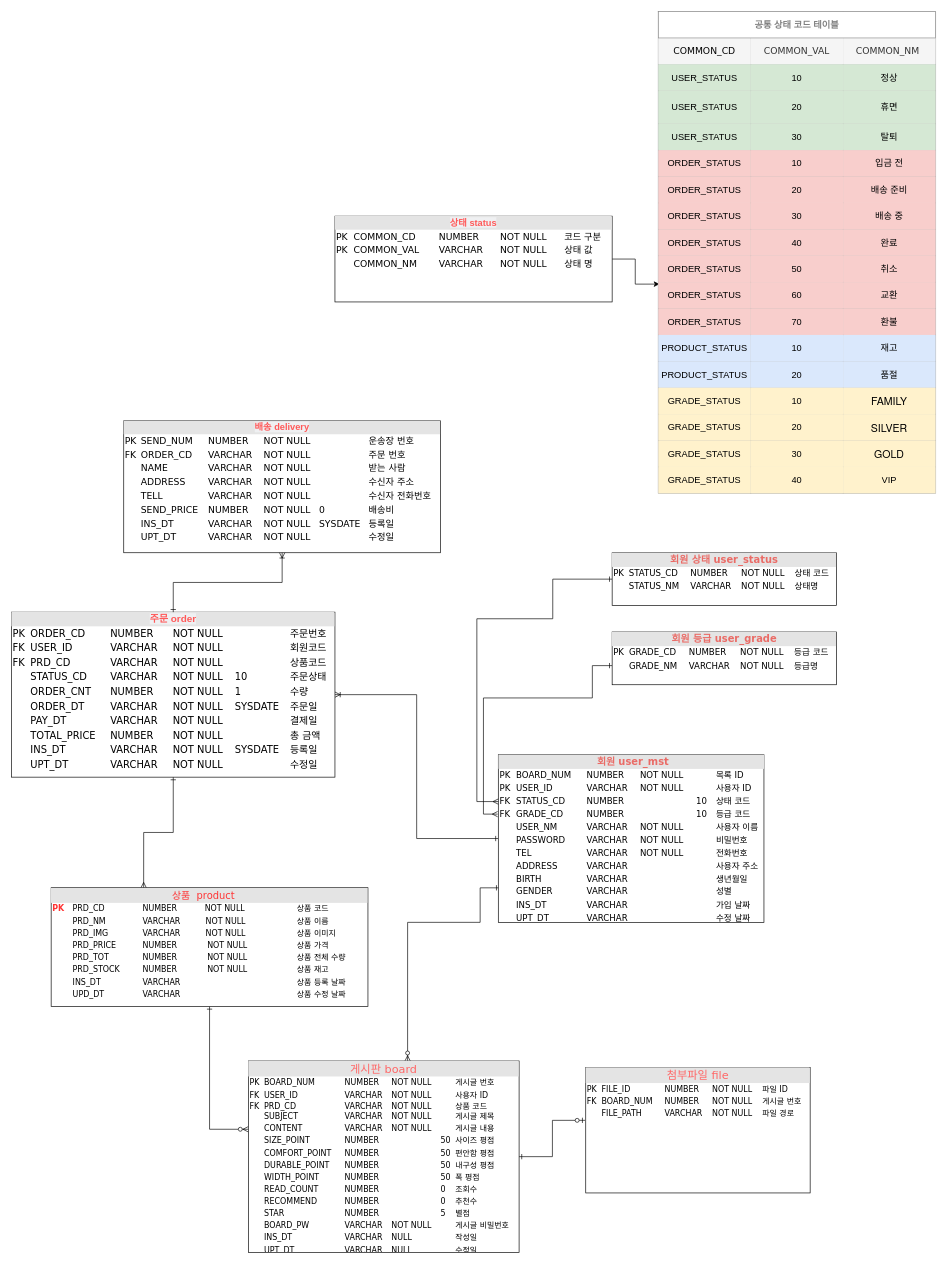
The draw.io diagram Nike.com/NikeERP.drawio in MinJeung-Kim/Team-Project, before the edit. Source tidied: cells renumbered, new cells numbered last; positions are measured from the earlier drawing's top-left corner, leaving out a move shared by most shapes. Both pictures are drawn from the tidied source at 66%, with x=0, y=0 at pixel (11, 11).
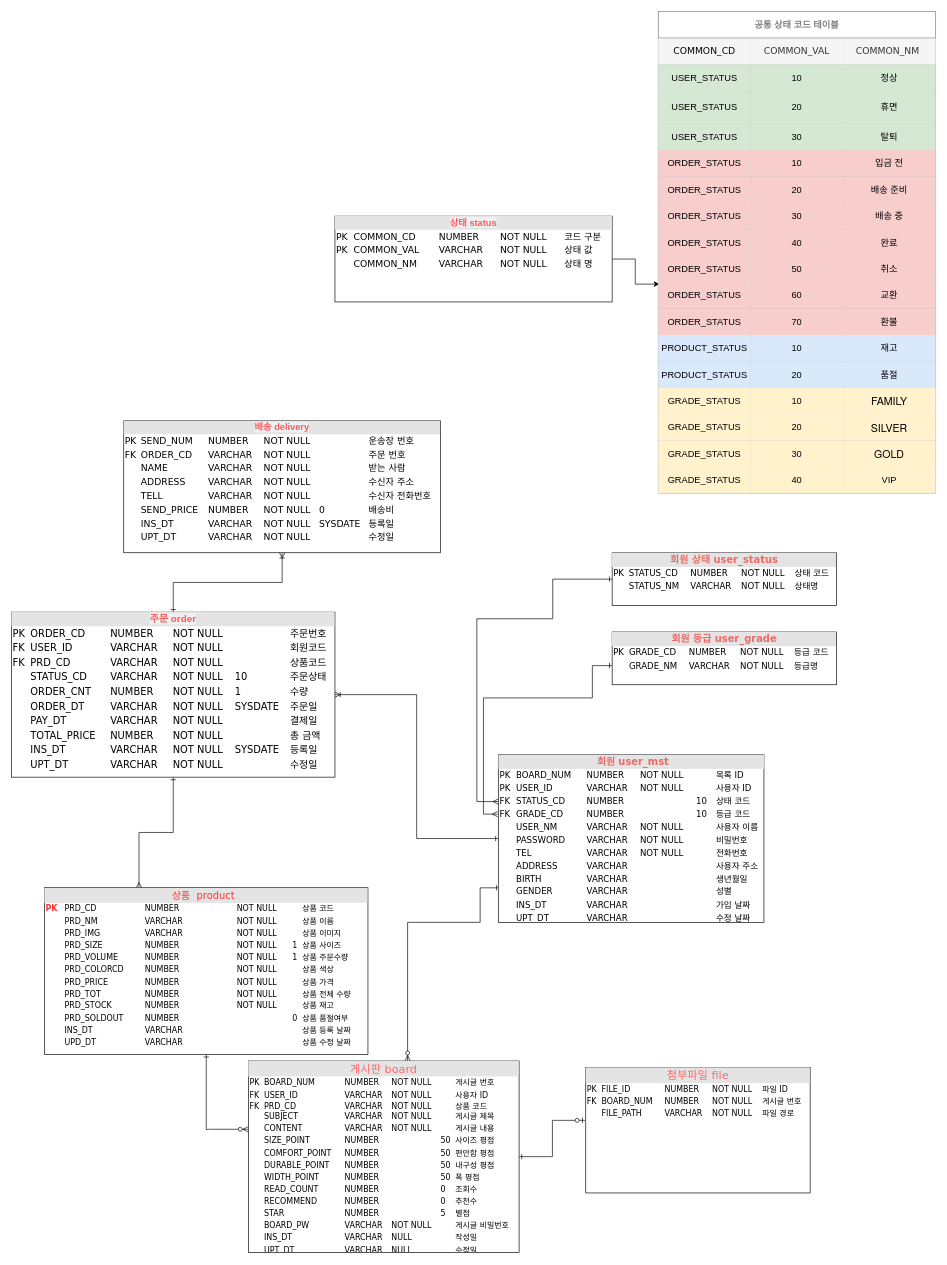
Above is the later version.

Change to the diagram source:
```diff
@@
-    <mxCell id="17" value="&lt;div style=&quot;text-align: right ; box-sizing: border-box ; width: 100% ; background: rgb(228 , 228 , 228) ; padding: 2px&quot;&gt;&lt;font color=&quot;#ff3333&quot; style=&quot;font-size: 15px&quot;&gt;상품&amp;nbsp; product&lt;/font&gt;&lt;font color=&quot;#ff3333&quot; style=&quot;font-size: 16px&quot;&gt;&amp;nbsp; &lt;b&gt;&amp;nbsp; &amp;nbsp; &amp;nbsp; &amp;nbsp; &amp;nbsp; &amp;nbsp; &amp;nbsp; &amp;nbsp; &amp;nbsp; &amp;nbsp; &amp;nbsp; &amp;nbsp; &amp;nbsp; &amp;nbsp; &amp;nbsp; &amp;nbsp; &amp;nbsp;&amp;nbsp;&lt;/b&gt;&lt;/font&gt;&lt;/div&gt;&lt;table style=&quot;width: 100% ; font-size: 12px&quot; cellpadding=&quot;2&quot; cellspacing=&quot;0&quot;&gt;&lt;tbody style=&quot;font-size: 12px&quot;&gt;&lt;tr style=&quot;font-size: 12px&quot;&gt;&lt;td style=&quot;font-size: 12px&quot;&gt;&lt;b style=&quot;font-size: 12px&quot;&gt;&lt;font color=&quot;#ff3333&quot; style=&quot;font-size: 12px&quot;&gt;PK&lt;/font&gt;&lt;/b&gt;&lt;/td&gt;&lt;td style=&quot;font-size: 12px&quot;&gt;PRD_CD&amp;nbsp;&lt;br style=&quot;font-size: 12px&quot;&gt;&lt;/td&gt;&lt;td style=&quot;font-size: 12px&quot;&gt;NUMBER&amp;nbsp; &amp;nbsp; &amp;nbsp; &amp;nbsp; &amp;nbsp; &amp;nbsp;NOT NULL&lt;br style=&quot;font-size: 12px&quot;&gt;&lt;/td&gt;&lt;td style=&quot;font-size: 12px&quot;&gt;&lt;br style=&quot;font-size: 12px&quot;&gt;&lt;/td&gt;&lt;td style=&quot;font-size: 12px&quot;&gt;상품 코드&lt;/td&gt;&lt;/tr&gt;&lt;tr style=&quot;font-size: 12px&quot;&gt;&lt;td style=&quot;font-size: 12px&quot;&gt;&lt;br style=&quot;font-size: 12px&quot;&gt;&lt;/td&gt;&lt;td style=&quot;font-size: 12px&quot;&gt;PRD_NM&lt;br style=&quot;font-size: 12px&quot;&gt;&lt;/td&gt;&lt;td style=&quot;font-size: 12px&quot;&gt;VARCHAR&amp;nbsp; &amp;nbsp; &amp;nbsp; &amp;nbsp; &amp;nbsp; NOT NULL&lt;/td&gt;&lt;td style=&quot;font-size: 12px&quot;&gt;&lt;br style=&quot;font-size: 12px&quot;&gt;&lt;/td&gt;&lt;td style=&quot;font-size: 12px&quot;&gt;상품 이름&lt;/td&gt;&lt;/tr&gt;&lt;tr style=&quot;font-size: 12px&quot;&gt;&lt;td style=&quot;font-size: 12px&quot;&gt;&lt;br style=&quot;font-size: 12px&quot;&gt;&lt;/td&gt;&lt;td style=&quot;font-size: 12px&quot;&gt;PRD_IMG&lt;br style=&quot;font-size: 12px&quot;&gt;&lt;/td&gt;&lt;td style=&quot;font-size: 12px&quot;&gt;VARCHAR&amp;nbsp; &amp;nbsp; &amp;nbsp; &amp;nbsp; &amp;nbsp; NOT NULL&lt;br style=&quot;font-size: 12px&quot;&gt;&lt;/td&gt;&lt;td style=&quot;font-size: 12px&quot;&gt;&lt;br style=&quot;font-size: 12px&quot;&gt;&lt;/td&gt;&lt;td style=&quot;font-size: 12px&quot;&gt;상품 이미지&lt;/td&gt;&lt;/tr&gt;&lt;tr style=&quot;font-size: 12px&quot;&gt;&lt;td style=&quot;font-size: 12px&quot;&gt;&lt;br style=&quot;font-size: 12px&quot;&gt;&lt;/td&gt;&lt;td style=&quot;font-size: 12px&quot;&gt;PRD_PRICE&lt;/td&gt;&lt;td style=&quot;font-size: 12px&quot;&gt;NUMBER&amp;nbsp; &amp;nbsp; &amp;nbsp; &amp;nbsp; &amp;nbsp; &amp;nbsp; NOT NULL&lt;/td&gt;&lt;td style=&quot;font-size: 12px&quot;&gt;&lt;br style=&quot;font-size: 12px&quot;&gt;&lt;/td&gt;&lt;td style=&quot;font-size: 12px&quot;&gt;상품 가격&lt;/td&gt;&lt;/tr&gt;&lt;tr style=&quot;font-size: 12px&quot;&gt;&lt;td style=&quot;font-size: 12px&quot;&gt;&lt;br style=&quot;font-size: 12px&quot;&gt;&lt;/td&gt;&lt;td style=&quot;font-size: 12px&quot;&gt;PRD_TOT&lt;/td&gt;&lt;td style=&quot;font-size: 12px&quot;&gt;NUMBER&amp;nbsp; &amp;nbsp; &amp;nbsp; &amp;nbsp; &amp;nbsp; &amp;nbsp; NOT NULL&lt;/td&gt;&lt;td style=&quot;font-size: 12px&quot;&gt;&lt;br style=&quot;font-size: 12px&quot;&gt;&lt;/td&gt;&lt;td style=&quot;font-size: 12px&quot;&gt;상품 전체 수량&lt;/td&gt;&lt;/tr&gt;&lt;tr style=&quot;font-size: 12px&quot;&gt;&lt;td style=&quot;font-size: 12px&quot;&gt;&lt;br style=&quot;font-size: 12px&quot;&gt;&lt;/td&gt;&lt;td style=&quot;font-size: 12px&quot;&gt;PRD_STOCK&lt;/td&gt;&lt;td style=&quot;font-size: 12px&quot;&gt;NUMBER&amp;nbsp; &amp;nbsp; &amp;nbsp; &amp;nbsp; &amp;nbsp; &amp;nbsp; NOT NULL&lt;/td&gt;&lt;td style=&quot;font-size: 12px&quot;&gt;&lt;br style=&quot;font-size: 12px&quot;&gt;&lt;/td&gt;&lt;td style=&quot;font-size: 12px&quot;&gt;상품 재고&lt;/td&gt;&lt;/tr&gt;&lt;tr style=&quot;font-size: 12px&quot;&gt;&lt;td style=&quot;font-size: 12px&quot;&gt;&lt;br style=&quot;font-size: 12px&quot;&gt;&lt;/td&gt;&lt;td style=&quot;font-size: 12px&quot;&gt;INS_DT&lt;/td&gt;&lt;td style=&quot;font-size: 12px&quot;&gt;VARCHAR&amp;nbsp; &amp;nbsp; &amp;nbsp; &amp;nbsp; &amp;nbsp; &amp;nbsp;&amp;nbsp;&lt;/td&gt;&lt;td style=&quot;font-size: 12px&quot;&gt;&lt;br style=&quot;font-size: 12px&quot;&gt;&lt;/td&gt;&lt;td style=&quot;font-size: 12px&quot;&gt;상품 등록 날짜&lt;/td&gt;&lt;/tr&gt;&lt;tr style=&quot;font-size: 12px&quot;&gt;&lt;td style=&quot;font-size: 12px&quot;&gt;&lt;br style=&quot;font-size: 12px&quot;&gt;&lt;/td&gt;&lt;td style=&quot;font-size: 12px&quot;&gt;UPD_DT&lt;/td&gt;&lt;td style=&quot;font-size: 12px&quot;&gt;VARCHAR&lt;/td&gt;&lt;td style=&quot;font-size: 12px&quot;&gt;&lt;br style=&quot;font-size: 12px&quot;&gt;&lt;/td&gt;&lt;td style=&quot;font-size: 12px&quot;&gt;상품 수정 날짜&lt;/td&gt;&lt;/tr&gt;&lt;/tbody&gt;&lt;/table&gt;" style="verticalAlign=top;align=left;overflow=fill;html=1;shadow=0;comic=0;labelBackgroundColor=none;strokeWidth=1;fontFamily=Verdana;fontSize=12;" parent="1" vertex="1">
-      <mxGeometry x="60" y="1327.5" width="480" height="180" as="geometry" />
+    <mxCell id="17" value="&lt;div style=&quot;text-align: right ; box-sizing: border-box ; width: 100% ; background: rgb(228 , 228 , 228) ; padding: 2px&quot;&gt;&lt;font color=&quot;#ff3333&quot; style=&quot;font-size: 15px&quot;&gt;상품&amp;nbsp; product&lt;/font&gt;&lt;font color=&quot;#ff3333&quot; style=&quot;font-size: 16px&quot;&gt;&amp;nbsp; &lt;b&gt;&amp;nbsp; &amp;nbsp; &amp;nbsp; &amp;nbsp; &amp;nbsp; &amp;nbsp; &amp;nbsp; &amp;nbsp; &amp;nbsp; &amp;nbsp; &amp;nbsp; &amp;nbsp; &amp;nbsp; &amp;nbsp; &amp;nbsp; &amp;nbsp; &amp;nbsp;&amp;nbsp;&lt;/b&gt;&lt;/font&gt;&lt;/div&gt;&lt;table style=&quot;width: 100% ; font-size: 12px&quot; cellpadding=&quot;2&quot; cellspacing=&quot;0&quot;&gt;&lt;tbody style=&quot;font-size: 12px&quot;&gt;&lt;tr style=&quot;font-size: 12px&quot;&gt;&lt;td style=&quot;font-size: 12px&quot;&gt;&lt;b style=&quot;font-size: 12px&quot;&gt;&lt;font color=&quot;#ff3333&quot; style=&quot;font-size: 12px&quot;&gt;PK&lt;/font&gt;&lt;/b&gt;&lt;/td&gt;&lt;td style=&quot;font-size: 12px&quot;&gt;PRD_CD&amp;nbsp;&lt;br style=&quot;font-size: 12px&quot;&gt;&lt;/td&gt;&lt;td style=&quot;font-size: 12px&quot;&gt;NUMBER&amp;nbsp;&amp;nbsp;&lt;br style=&quot;font-size: 12px&quot;&gt;&lt;/td&gt;&lt;td style=&quot;font-size: 12px&quot;&gt;NOT NULL&lt;br style=&quot;font-size: 12px&quot;&gt;&lt;/td&gt;&lt;td&gt;&lt;br&gt;&lt;/td&gt;&lt;td style=&quot;font-size: 12px&quot;&gt;상품 코드&lt;/td&gt;&lt;/tr&gt;&lt;tr style=&quot;font-size: 12px&quot;&gt;&lt;td style=&quot;font-size: 12px&quot;&gt;&lt;br style=&quot;font-size: 12px&quot;&gt;&lt;/td&gt;&lt;td style=&quot;font-size: 12px&quot;&gt;PRD_NM&lt;br style=&quot;font-size: 12px&quot;&gt;&lt;/td&gt;&lt;td style=&quot;font-size: 12px&quot;&gt;VARCHAR&lt;/td&gt;&lt;td style=&quot;font-size: 12px&quot;&gt;NOT NULL&lt;br style=&quot;font-size: 12px&quot;&gt;&lt;/td&gt;&lt;td&gt;&lt;br&gt;&lt;/td&gt;&lt;td style=&quot;font-size: 12px&quot;&gt;상품 이름&lt;/td&gt;&lt;/tr&gt;&lt;tr style=&quot;font-size: 12px&quot;&gt;&lt;td style=&quot;font-size: 12px&quot;&gt;&lt;br style=&quot;font-size: 12px&quot;&gt;&lt;/td&gt;&lt;td style=&quot;font-size: 12px&quot;&gt;PRD_IMG&lt;br style=&quot;font-size: 12px&quot;&gt;&lt;/td&gt;&lt;td style=&quot;font-size: 12px&quot;&gt;VARCHAR&amp;nbsp; &amp;nbsp; &amp;nbsp; &amp;nbsp;&amp;nbsp;&lt;br style=&quot;font-size: 12px&quot;&gt;&lt;/td&gt;&lt;td style=&quot;font-size: 12px&quot;&gt;NOT NULL&lt;br style=&quot;font-size: 12px&quot;&gt;&lt;/td&gt;&lt;td&gt;&lt;br&gt;&lt;/td&gt;&lt;td style=&quot;font-size: 12px&quot;&gt;상품 이미지&lt;/td&gt;&lt;/tr&gt;&lt;tr&gt;&lt;td&gt;&lt;br&gt;&lt;/td&gt;&lt;td&gt;PRD_SIZE&lt;/td&gt;&lt;td&gt;NUMBER&lt;/td&gt;&lt;td&gt;NOT NULL&lt;/td&gt;&lt;td&gt;1&lt;/td&gt;&lt;td&gt;상품 사이즈&lt;/td&gt;&lt;/tr&gt;&lt;tr&gt;&lt;td&gt;&lt;br&gt;&lt;/td&gt;&lt;td&gt;PRD_VOLUME&lt;/td&gt;&lt;td&gt;NUMBER&lt;/td&gt;&lt;td&gt;NOT NULL&lt;br&gt;&lt;/td&gt;&lt;td&gt;1&lt;/td&gt;&lt;td&gt;상품 주문수량&lt;/td&gt;&lt;/tr&gt;&lt;tr&gt;&lt;td&gt;&lt;br&gt;&lt;/td&gt;&lt;td&gt;PRD_COLORCD&lt;/td&gt;&lt;td&gt;NUMBER&lt;/td&gt;&lt;td&gt;NOT NULL&lt;br&gt;&lt;/td&gt;&lt;td&gt;&lt;br&gt;&lt;/td&gt;&lt;td&gt;상품 색상&lt;/td&gt;&lt;/tr&gt;&lt;tr style=&quot;font-size: 12px&quot;&gt;&lt;td style=&quot;font-size: 12px&quot;&gt;&lt;br style=&quot;font-size: 12px&quot;&gt;&lt;/td&gt;&lt;td style=&quot;font-size: 12px&quot;&gt;PRD_PRICE&lt;/td&gt;&lt;td style=&quot;font-size: 12px&quot;&gt;NUMBER&amp;nbsp; &amp;nbsp;&lt;/td&gt;&lt;td style=&quot;font-size: 12px&quot;&gt;NOT NULL&lt;br style=&quot;font-size: 12px&quot;&gt;&lt;/td&gt;&lt;td&gt;&lt;br&gt;&lt;/td&gt;&lt;td style=&quot;font-size: 12px&quot;&gt;상품 가격&lt;/td&gt;&lt;/tr&gt;&lt;tr style=&quot;font-size: 12px&quot;&gt;&lt;td style=&quot;font-size: 12px&quot;&gt;&lt;br style=&quot;font-size: 12px&quot;&gt;&lt;/td&gt;&lt;td style=&quot;font-size: 12px&quot;&gt;PRD_TOT&lt;/td&gt;&lt;td style=&quot;font-size: 12px&quot;&gt;NUMBER&amp;nbsp; &amp;nbsp; &amp;nbsp; &amp;nbsp; &amp;nbsp; &amp;nbsp;&amp;nbsp;&lt;/td&gt;&lt;td style=&quot;font-size: 12px&quot;&gt;NOT NULL&lt;br style=&quot;font-size: 12px&quot;&gt;&lt;/td&gt;&lt;td&gt;&lt;br&gt;&lt;/td&gt;&lt;td style=&quot;font-size: 12px&quot;&gt;상품 전체 수량&lt;/td&gt;&lt;/tr&gt;&lt;tr style=&quot;font-size: 12px&quot;&gt;&lt;td style=&quot;font-size: 12px&quot;&gt;&lt;br style=&quot;font-size: 12px&quot;&gt;&lt;/td&gt;&lt;td style=&quot;font-size: 12px&quot;&gt;PRD_STOCK&lt;/td&gt;&lt;td style=&quot;font-size: 12px&quot;&gt;NUMBER&amp;nbsp; &amp;nbsp; &amp;nbsp; &amp;nbsp; &amp;nbsp; &amp;nbsp;&amp;nbsp;&lt;/td&gt;&lt;td style=&quot;font-size: 12px&quot;&gt;NOT NULL&lt;br style=&quot;font-size: 12px&quot;&gt;&lt;/td&gt;&lt;td&gt;&lt;br&gt;&lt;/td&gt;&lt;td style=&quot;font-size: 12px&quot;&gt;상품 재고&lt;/td&gt;&lt;/tr&gt;&lt;tr&gt;&lt;td&gt;&lt;br&gt;&lt;/td&gt;&lt;td&gt;PRD_SOLDOUT&lt;/td&gt;&lt;td&gt;NUMBER&lt;/td&gt;&lt;td&gt;&lt;br&gt;&lt;/td&gt;&lt;td&gt;0&lt;/td&gt;&lt;td&gt;상품 품절여부&lt;/td&gt;&lt;/tr&gt;&lt;tr style=&quot;font-size: 12px&quot;&gt;&lt;td style=&quot;font-size: 12px&quot;&gt;&lt;br style=&quot;font-size: 12px&quot;&gt;&lt;/td&gt;&lt;td style=&quot;font-size: 12px&quot;&gt;INS_DT&lt;/td&gt;&lt;td style=&quot;font-size: 12px&quot;&gt;VARCHAR&amp;nbsp; &amp;nbsp; &amp;nbsp; &amp;nbsp; &amp;nbsp; &amp;nbsp;&amp;nbsp;&lt;/td&gt;&lt;td style=&quot;font-size: 12px&quot;&gt;&lt;br style=&quot;font-size: 12px&quot;&gt;&lt;/td&gt;&lt;td&gt;&lt;br&gt;&lt;/td&gt;&lt;td style=&quot;font-size: 12px&quot;&gt;상품 등록 날짜&lt;/td&gt;&lt;/tr&gt;&lt;tr style=&quot;font-size: 12px&quot;&gt;&lt;td style=&quot;font-size: 12px&quot;&gt;&lt;br style=&quot;font-size: 12px&quot;&gt;&lt;/td&gt;&lt;td style=&quot;font-size: 12px&quot;&gt;UPD_DT&lt;/td&gt;&lt;td style=&quot;font-size: 12px&quot;&gt;VARCHAR&lt;/td&gt;&lt;td style=&quot;font-size: 12px&quot;&gt;&lt;br style=&quot;font-size: 12px&quot;&gt;&lt;/td&gt;&lt;td&gt;&lt;br&gt;&lt;/td&gt;&lt;td style=&quot;font-size: 12px&quot;&gt;상품 수정 날짜&lt;/td&gt;&lt;/tr&gt;&lt;/tbody&gt;&lt;/table&gt;" style="verticalAlign=top;align=left;overflow=fill;html=1;shadow=0;comic=0;labelBackgroundColor=none;strokeWidth=1;fontFamily=Verdana;fontSize=12;" parent="1" vertex="1">
+      <mxGeometry x="50" y="1327.5" width="490" height="252.5" as="geometry" />
     </mxCell>
```
